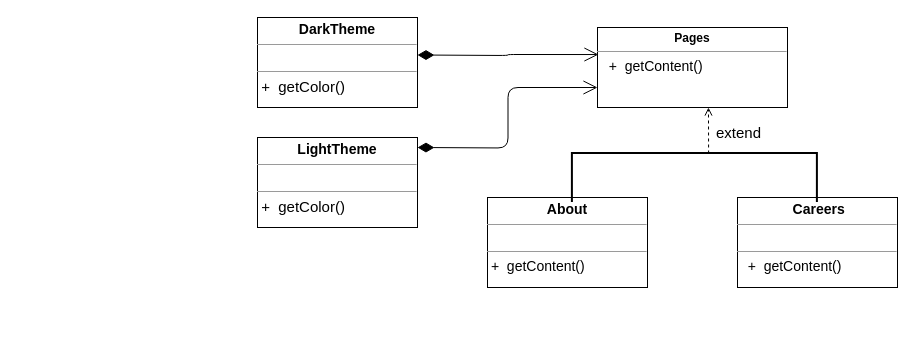
MaksShadows/Patterns keeps this draw.io diagram as structural/bridge/bridge.drawio. Above is the earlier version. Source tidied: cells renumbered, new cells numbered last; positions are measured from the earlier drawing's top-left corner, leaving out a move shared by most shapes. Both pictures are drawn from the tidied source at 100%, with x=0, y=0 at pixel (257, 17).
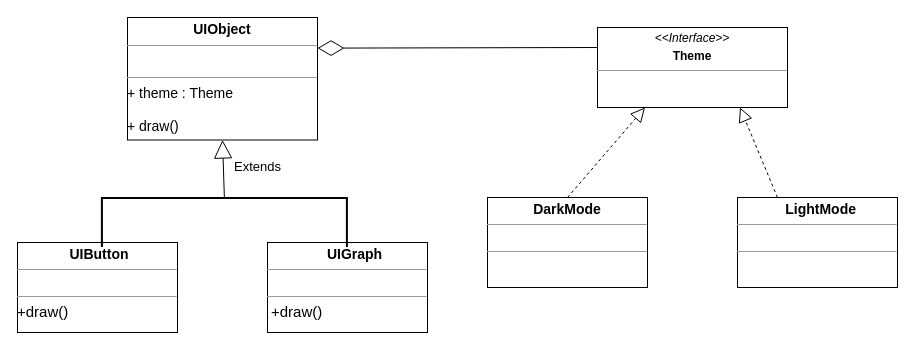
After the change.

What changed in the source:
```diff
@@
 <mxGraphModel>
   <root>
     <mxCell id="0" />
     <mxCell id="1" parent="0" />
-    <mxCell id="2" value="&lt;p style=&quot;margin: 0px ; margin-top: 4px ; text-align: center&quot;&gt;&lt;b&gt;Pages&lt;/b&gt;&lt;/p&gt;&lt;hr size=&quot;1&quot;&gt;&lt;p style=&quot;text-align: justify ; margin: 0px 0px 0px 4px&quot;&gt;&lt;font style=&quot;font-size: 14px&quot;&gt;&amp;nbsp; +&amp;nbsp;&amp;nbsp;getContent()&lt;/font&gt;&lt;/p&gt;" style="verticalAlign=top;align=left;overflow=fill;fontSize=12;fontFamily=Helvetica;html=1;" parent="1" vertex="1">
+    <mxCell id="2" value="&lt;p style=&quot;margin: 0px ; margin-top: 4px ; text-align: center&quot;&gt;&lt;i&gt;&amp;lt;&amp;lt;Interface&amp;gt;&amp;gt;&lt;/i&gt;&lt;br&gt;&lt;/p&gt;&lt;p style=&quot;margin: 0px ; margin-top: 4px ; text-align: center&quot;&gt;&lt;b&gt;Theme&lt;/b&gt;&lt;br&gt;&lt;/p&gt;&lt;hr size=&quot;1&quot;&gt;&lt;p style=&quot;text-align: justify ; margin: 0px 0px 0px 4px&quot;&gt;&lt;font style=&quot;font-size: 14px&quot;&gt;&amp;nbsp;&amp;nbsp;&lt;/font&gt;&lt;/p&gt;" style="verticalAlign=top;align=left;overflow=fill;fontSize=12;fontFamily=Helvetica;html=1;" parent="1" vertex="1">
       <mxGeometry x="340" y="10" width="190" height="80" as="geometry" />
     </mxCell>
-    <mxCell id="3" value="&lt;p style=&quot;margin: 0px ; margin-top: 4px ; text-align: center&quot;&gt;&lt;span style=&quot;font-size: 14px&quot;&gt;&lt;b&gt;About&lt;/b&gt;&lt;/span&gt;&lt;br&gt;&lt;/p&gt;&lt;hr size=&quot;1&quot;&gt;&lt;p style=&quot;margin: 0px ; margin-left: 4px&quot;&gt;&lt;br&gt;&lt;/p&gt;&lt;hr size=&quot;1&quot;&gt;&lt;p style=&quot;margin: 0px 0px 0px 4px ; font-size: 14px&quot;&gt;&lt;/p&gt;&lt;span style=&quot;font-size: 14px ; text-align: justify&quot;&gt;&amp;nbsp;+&amp;nbsp;&amp;nbsp;getContent()&lt;/span&gt;" style="verticalAlign=top;align=left;overflow=fill;fontSize=12;fontFamily=Helvetica;html=1;" parent="1" vertex="1">
+    <mxCell id="3" value="&lt;p style=&quot;margin: 0px ; margin-top: 4px ; text-align: center&quot;&gt;&lt;span style=&quot;font-size: 14px&quot;&gt;&lt;b&gt;DarkMode&lt;/b&gt;&lt;/span&gt;&lt;br&gt;&lt;/p&gt;&lt;hr size=&quot;1&quot;&gt;&lt;p style=&quot;margin: 0px ; margin-left: 4px&quot;&gt;&lt;br&gt;&lt;/p&gt;&lt;hr size=&quot;1&quot;&gt;&lt;p style=&quot;margin: 0px 0px 0px 4px ; font-size: 14px&quot;&gt;&lt;/p&gt;" style="verticalAlign=top;align=left;overflow=fill;fontSize=12;fontFamily=Helvetica;html=1;" parent="1" vertex="1">
       <mxGeometry x="230" y="180" width="160" height="90" as="geometry" />
     </mxCell>
-    <mxCell id="4" value="&lt;p style=&quot;margin: 0px ; margin-top: 4px ; text-align: center&quot;&gt;&lt;b&gt;&amp;nbsp;&lt;font style=&quot;font-size: 14px&quot;&gt;Careers&lt;/font&gt;&lt;/b&gt;&lt;br&gt;&lt;/p&gt;&lt;hr size=&quot;1&quot;&gt;&lt;p style=&quot;margin: 0px ; margin-left: 4px&quot;&gt;&lt;br&gt;&lt;/p&gt;&lt;hr size=&quot;1&quot;&gt;&lt;p style=&quot;margin: 0px ; margin-left: 4px&quot;&gt;&lt;span&gt;&amp;nbsp;&amp;nbsp;&lt;/span&gt;&lt;span style=&quot;font-size: 14px&quot;&gt;+&amp;nbsp;&amp;nbsp;getContent()&lt;/span&gt;&lt;br&gt;&lt;/p&gt;&lt;p style=&quot;margin: 0px ; margin-left: 4px&quot;&gt;&lt;br&gt;&lt;/p&gt;" style="verticalAlign=top;align=left;overflow=fill;fontSize=12;fontFamily=Helvetica;html=1;" parent="1" vertex="1">
+    <mxCell id="4" value="&lt;p style=&quot;margin: 0px ; margin-top: 4px ; text-align: center&quot;&gt;&lt;b&gt;&amp;nbsp;&lt;/b&gt;&lt;b style=&quot;font-size: 14px&quot;&gt;&amp;nbsp;LightMode&lt;/b&gt;&lt;/p&gt;&lt;hr size=&quot;1&quot;&gt;&lt;p style=&quot;margin: 0px ; margin-left: 4px&quot;&gt;&lt;br&gt;&lt;/p&gt;&lt;hr size=&quot;1&quot;&gt;&lt;p style=&quot;margin: 0px ; margin-left: 4px&quot;&gt;&lt;br&gt;&lt;/p&gt;" style="verticalAlign=top;align=left;overflow=fill;fontSize=12;fontFamily=Helvetica;html=1;" parent="1" vertex="1">
       <mxGeometry x="480" y="180" width="160" height="90" as="geometry" />
     </mxCell>
-    <mxCell id="5" style="strokeWidth=2;html=1;shape=mxgraph.flowchart.annotation_1;align=left;rotation=90;" parent="1" vertex="1">
-      <mxGeometry x="412.5" y="37.5" width="48.8" height="245" as="geometry" />
-    </mxCell>
-    <mxCell id="6" value="&lt;p style=&quot;margin: 0px ; margin-top: 4px ; text-align: center&quot;&gt;&lt;span style=&quot;font-size: 14px&quot;&gt;&lt;b&gt;DarkTheme&lt;/b&gt;&lt;/span&gt;&lt;br&gt;&lt;/p&gt;&lt;hr size=&quot;1&quot;&gt;&lt;p style=&quot;margin: 0px ; margin-left: 4px&quot;&gt;&lt;br&gt;&lt;/p&gt;&lt;hr size=&quot;1&quot;&gt;&lt;p style=&quot;margin: 0px 0px 0px 4px ; font-size: 14px&quot;&gt;&lt;/p&gt;&lt;span style=&quot;text-align: justify&quot;&gt;&lt;font style=&quot;font-size: 15px&quot;&gt;&amp;nbsp;+&amp;nbsp;&amp;nbsp;getColor()&lt;/font&gt;&lt;/span&gt;" style="verticalAlign=top;align=left;overflow=fill;fontSize=12;fontFamily=Helvetica;html=1;" parent="1" vertex="1">
-      <mxGeometry width="160" height="90" as="geometry" />
-    </mxCell>
-    <mxCell id="7" value="&lt;p style=&quot;margin: 0px ; margin-top: 4px ; text-align: center&quot;&gt;&lt;span style=&quot;font-size: 14px&quot;&gt;&lt;b&gt;&amp;nbsp;LightTheme&amp;nbsp;&lt;/b&gt;&lt;/span&gt;&lt;br&gt;&lt;/p&gt;&lt;hr size=&quot;1&quot;&gt;&lt;p style=&quot;margin: 0px ; margin-left: 4px&quot;&gt;&lt;br&gt;&lt;/p&gt;&lt;hr size=&quot;1&quot;&gt;&lt;p style=&quot;margin: 0px 0px 0px 4px ; font-size: 14px&quot;&gt;&lt;/p&gt;&lt;span style=&quot;text-align: justify&quot;&gt;&lt;font style=&quot;font-size: 15px&quot;&gt;&amp;nbsp;+&amp;nbsp;&amp;nbsp;getColor()&lt;/font&gt;&lt;/span&gt;" style="verticalAlign=top;align=left;overflow=fill;fontSize=12;fontFamily=Helvetica;html=1;" parent="1" vertex="1">
-      <mxGeometry y="120" width="160" height="90" as="geometry" />
-    </mxCell>
-    <mxCell id="8" style="endArrow=open;html=1;endSize=12;startArrow=diamondThin;startSize=14;startFill=1;edgeStyle=orthogonalEdgeStyle;align=left;verticalAlign=bottom;entryX=0.005;entryY=0.338;entryDx=0;entryDy=0;entryPerimeter=0;" parent="1" edge="1" target="2">
-      <mxGeometry x="-0.67" y="28" relative="1" as="geometry">
-        <mxPoint x="160" y="37.5" as="sourcePoint" />
-        <mxPoint y="1" as="offset" />
-      </mxGeometry>
-    </mxCell>
-    <mxCell id="9" value="&lt;font style=&quot;font-size: 15px&quot;&gt;extend&lt;/font&gt;" style="html=1;verticalAlign=bottom;labelBackgroundColor=none;endArrow=open;endFill=0;dashed=1;entryX=0.584;entryY=1;entryDx=0;entryDy=0;entryPerimeter=0;exitX=0.008;exitY=0.442;exitDx=0;exitDy=0;exitPerimeter=0;" parent="1" edge="1" source="5" target="2">
-      <mxGeometry x="-0.6" y="-30" relative="1" as="geometry" />
-    </mxCell>
-    <mxCell id="10" style="endArrow=open;html=1;endSize=12;startArrow=diamondThin;startSize=14;startFill=1;edgeStyle=orthogonalEdgeStyle;align=left;verticalAlign=bottom;entryX=0;entryY=0.75;entryDx=0;entryDy=0;" parent="1" edge="1" target="2">
-      <mxGeometry x="-0.83" y="40" relative="1" as="geometry">
-        <mxPoint x="160" y="130" as="sourcePoint" />
-      </mxGeometry>
-    </mxCell>
+    <mxCell id="11" value="&lt;p style=&quot;margin: 0px ; margin-top: 4px ; text-align: center&quot;&gt;&lt;span style=&quot;font-size: 14px&quot;&gt;&lt;b&gt;&amp;nbsp; UIButton&amp;nbsp;&lt;/b&gt;&lt;/span&gt;&lt;br&gt;&lt;/p&gt;&lt;hr size=&quot;1&quot;&gt;&lt;p style=&quot;margin: 0px ; margin-left: 4px&quot;&gt;&lt;br&gt;&lt;/p&gt;&lt;hr size=&quot;1&quot;&gt;&lt;font style=&quot;font-size: 15px&quot;&gt;+draw()&lt;/font&gt;&lt;br&gt;&lt;p style=&quot;margin: 0px 0px 0px 4px ; font-size: 14px&quot;&gt;&lt;/p&gt;" style="verticalAlign=top;align=left;overflow=fill;fontSize=12;fontFamily=Helvetica;html=1;" parent="1" vertex="1">
+      <mxGeometry x="-240" y="225" width="160" height="90" as="geometry" />
+    </mxCell>
+    <mxCell id="12" value="&lt;p style=&quot;margin: 0px ; margin-top: 4px ; text-align: center&quot;&gt;&lt;b&gt;&amp;nbsp;&lt;/b&gt;&lt;b style=&quot;font-size: 14px&quot;&gt;&amp;nbsp;&lt;/b&gt;&lt;b style=&quot;font-size: 14px&quot;&gt;&amp;nbsp; UIGraph&lt;/b&gt;&lt;/p&gt;&lt;hr size=&quot;1&quot;&gt;&lt;p style=&quot;margin: 0px ; margin-left: 4px&quot;&gt;&lt;br&gt;&lt;/p&gt;&lt;hr size=&quot;1&quot;&gt;&lt;p style=&quot;margin: 0px ; margin-left: 4px&quot;&gt;&lt;span style=&quot;font-size: 15px&quot;&gt;+draw()&lt;/span&gt;&lt;br&gt;&lt;/p&gt;" style="verticalAlign=top;align=left;overflow=fill;fontSize=12;fontFamily=Helvetica;html=1;" parent="1" vertex="1">
+      <mxGeometry x="10" y="225" width="160" height="90" as="geometry" />
+    </mxCell>
+    <mxCell id="13" style="strokeWidth=2;html=1;shape=mxgraph.flowchart.annotation_1;align=left;rotation=90;" parent="1" vertex="1">
+      <mxGeometry x="-57.5" y="82.5" width="48.8" height="245" as="geometry" />
+    </mxCell>
+    <mxCell id="14" value="&lt;font style=&quot;font-size: 13px&quot;&gt;Extends&lt;/font&gt;" style="endArrow=block;endSize=16;endFill=0;html=1;exitX=0;exitY=0.5;exitDx=0;exitDy=0;exitPerimeter=0;entryX=0.5;entryY=1;entryDx=0;entryDy=0;" parent="1" edge="1" source="13" target="16">
+      <mxGeometry x="0.06" y="-34" relative="1" as="geometry" />
+    </mxCell>
+    <mxCell id="15" style="endArrow=diamondThin;endFill=0;endSize=24;html=1;entryX=1;entryY=0.25;entryDx=0;entryDy=0;exitX=0;exitY=0.25;exitDx=0;exitDy=0;" parent="1" edge="1" source="2" target="16">
+      <mxGeometry relative="1" as="geometry" />
+    </mxCell>
+    <mxCell id="16" value="&lt;p style=&quot;margin: 4px 0px 0px ; text-align: center ; font-size: 14px&quot;&gt;&lt;font style=&quot;font-size: 14px&quot;&gt;&lt;b&gt;UIObject&lt;/b&gt;&lt;br&gt;&lt;/font&gt;&lt;/p&gt;&lt;hr size=&quot;1&quot; style=&quot;font-size: 14px&quot;&gt;&lt;p style=&quot;margin: 0px 0px 0px 4px ; font-size: 14px&quot;&gt;&lt;/p&gt;&lt;font style=&quot;font-size: 14px&quot;&gt;&lt;br&gt;&lt;/font&gt;&lt;hr size=&quot;1&quot; style=&quot;font-size: 14px&quot;&gt;&lt;font style=&quot;font-size: 14px&quot;&gt;+ theme : Theme&lt;br&gt;&lt;br&gt;+ draw()&lt;/font&gt;&lt;br&gt;&lt;p style=&quot;margin: 0px 0px 0px 4px ; font-size: 14px&quot;&gt;&lt;/p&gt;" style="verticalAlign=top;align=left;overflow=fill;fontSize=12;fontFamily=Helvetica;html=1;" parent="1" vertex="1">
+      <mxGeometry x="-130" width="190" height="122.5" as="geometry" />
+    </mxCell>
+    <mxCell id="17" style="endArrow=block;dashed=1;endFill=0;endSize=12;html=1;exitX=0.5;exitY=0;exitDx=0;exitDy=0;entryX=0.25;entryY=1;entryDx=0;entryDy=0;" parent="1" edge="1" source="3" target="2">
+      <mxGeometry relative="1" as="geometry" />
+    </mxCell>
+    <mxCell id="18" style="endArrow=block;dashed=1;endFill=0;endSize=12;html=1;exitX=0.25;exitY=0;exitDx=0;exitDy=0;entryX=0.75;entryY=1;entryDx=0;entryDy=0;" parent="1" edge="1" source="4" target="2">
+      <mxGeometry relative="1" as="geometry" />
+    </mxCell>
   </root>
 </mxGraphModel>
```
